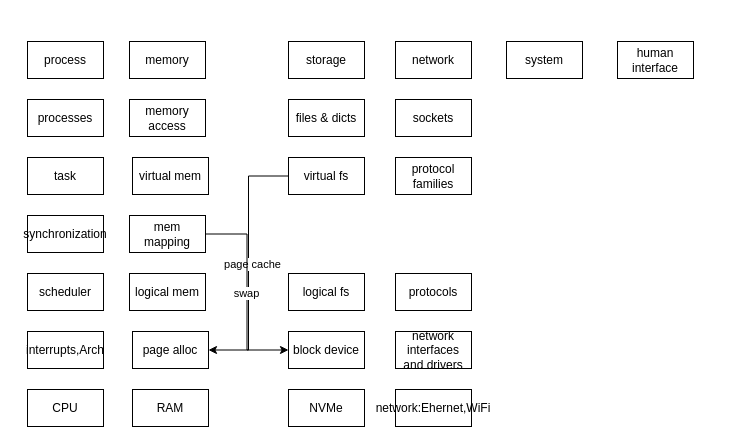
This is Untitled Diagram.drawio from plotusim/home-, a draw.io file, before an edit. Source tidied: cells renumbered, new cells numbered last; positions are measured from the earlier drawing's top-left corner, leaving out a move shared by most shapes. Both pictures are drawn from the tidied source at 100%, with x=0, y=0 at pixel (27, 41).
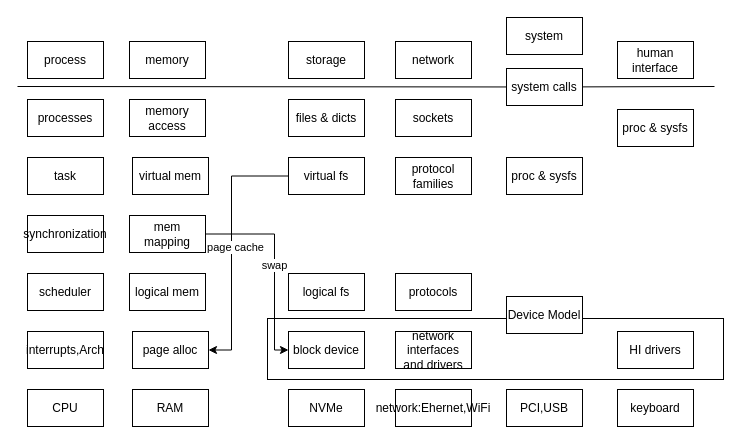
Above is the later version.

Unchanged cells that the change refers to:
```xml
<mxCell id="19" value="virtual fs" style="rounded=0;whiteSpace=wrap;html=1;" parent="1" vertex="1">
  <mxGeometry x="261" y="116" width="76" height="37" as="geometry" />
</mxCell>
<mxCell id="22" value="mem mapping" style="rounded=0;whiteSpace=wrap;html=1;" parent="1" vertex="1">
  <mxGeometry x="102" y="174" width="76" height="37" as="geometry" />
</mxCell>
<mxCell id="24" value="page alloc" style="rounded=0;whiteSpace=wrap;html=1;" parent="1" vertex="1">
  <mxGeometry x="105" y="290" width="76" height="37" as="geometry" />
</mxCell>
<mxCell id="27" value="block device" style="rounded=0;whiteSpace=wrap;html=1;" parent="1" vertex="1">
  <mxGeometry x="261" y="290" width="76" height="37" as="geometry" />
</mxCell>
```

The edit, as a diff of the source:
```diff
@@
+    <mxCell id="34" style="rounded=0;whiteSpace=wrap;html=1;" parent="1" vertex="1">
+      <mxGeometry x="240" y="277" width="456" height="61" as="geometry" />
+    </mxCell>
@@
     <mxCell id="6" value="system" style="rounded=0;whiteSpace=wrap;html=1;" parent="1" vertex="1">
-      <mxGeometry x="479" width="76" height="37" as="geometry" />
+      <mxGeometry x="479" y="-24" width="76" height="37" as="geometry" />
     </mxCell>
@@
     <mxCell id="17" style="edgeStyle=orthogonalEdgeStyle;rounded=0;jettySize=auto;html=1;exitX=0;exitY=0.5;exitDx=0;exitDy=0;entryX=1;entryY=0.5;entryDx=0;entryDy=0;" parent="1" edge="1" source="19" target="24">
-      <mxGeometry relative="1" as="geometry" />
+      <mxGeometry relative="1" as="geometry">
+        <Array as="points">
+          <mxPoint x="204" y="135" />
+          <mxPoint x="204" y="309" />
+        </Array>
+      </mxGeometry>
     </mxCell>
@@
     <mxCell id="20" style="edgeStyle=orthogonalEdgeStyle;rounded=0;jettySize=auto;html=1;exitX=1;exitY=0.5;exitDx=0;exitDy=0;entryX=0;entryY=0.5;entryDx=0;entryDy=0;" parent="1" edge="1" source="22" target="27">
-      <mxGeometry relative="1" as="geometry" />
+      <mxGeometry relative="1" as="geometry">
+        <Array as="points">
+          <mxPoint x="247" y="193" />
+          <mxPoint x="247" y="309" />
+        </Array>
+      </mxGeometry>
     </mxCell>
@@
+    <mxCell id="35" style="endArrow=none;html=1;rounded=0;" parent="1" edge="1" source="37">
+      <mxGeometry relative="1" as="geometry">
+        <mxPoint x="687" y="45" as="targetPoint" />
+      </mxGeometry>
+    </mxCell>
+    <mxCell id="36" style="endArrow=none;html=1;rounded=0;" parent="1" edge="1" target="37">
+      <mxGeometry relative="1" as="geometry">
+        <mxPoint x="-10" y="45" as="sourcePoint" />
+      </mxGeometry>
+    </mxCell>
+    <mxCell id="37" value="system calls" style="rounded=0;whiteSpace=wrap;html=1;" parent="1" vertex="1">
+      <mxGeometry x="479" y="27" width="76" height="37" as="geometry" />
+    </mxCell>
+    <mxCell id="38" value="proc &amp;amp; sysfs" style="rounded=0;whiteSpace=wrap;html=1;" parent="1" vertex="1">
+      <mxGeometry x="479" y="116" width="76" height="37" as="geometry" />
+    </mxCell>
+    <mxCell id="39" value="Device Model" style="rounded=0;whiteSpace=wrap;html=1;" parent="1" vertex="1">
+      <mxGeometry x="479" y="255" width="76" height="37" as="geometry" />
+    </mxCell>
+    <mxCell id="40" value="HI drivers" style="rounded=0;whiteSpace=wrap;html=1;" parent="1" vertex="1">
+      <mxGeometry x="590" y="290" width="76" height="37" as="geometry" />
+    </mxCell>
+    <mxCell id="41" value="PCI,USB" style="rounded=0;whiteSpace=wrap;html=1;" parent="1" vertex="1">
+      <mxGeometry x="479" y="348" width="76" height="37" as="geometry" />
+    </mxCell>
+    <mxCell id="42" value="keyboard" style="rounded=0;whiteSpace=wrap;html=1;" parent="1" vertex="1">
+      <mxGeometry x="590" y="348" width="76" height="37" as="geometry" />
+    </mxCell>
+    <mxCell id="43" value="proc &amp;amp; sysfs" style="rounded=0;whiteSpace=wrap;html=1;" parent="1" vertex="1">
+      <mxGeometry x="590" y="68" width="76" height="37" as="geometry" />
+    </mxCell>
```
